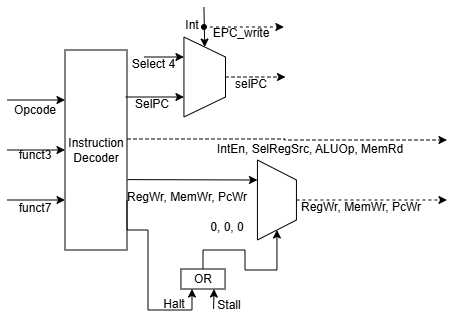
This is ControlUnit.drawio.png from sircuspelle/cached-harvard-risc-assembler, a draw.io export, as it was before one commit. Source tidied: cells renumbered, new cells last; positions are measured from the earlier drawing's top-left corner, leaving out a move shared by most shapes.
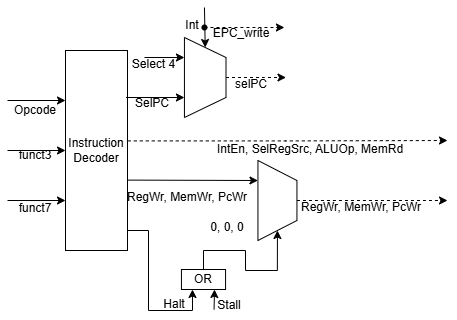
Later version of the same file.

The edit, as a diff of the source:
```diff
@@ -2,10 +2,12 @@
   <root>
     <mxCell id="0" />
     <mxCell id="1" parent="0" />
-    <mxCell id="2" style="edgeStyle=orthogonalEdgeStyle;rounded=0;orthogonalLoop=1;jettySize=auto;html=1;exitX=1;exitY=0.5;exitDx=0;exitDy=0;dashed=1;" parent="1" edge="1">
+    <mxCell id="2" style="edgeStyle=orthogonalEdgeStyle;rounded=0;jettySize=auto;html=1;exitX=1.005;exitY=0.452;exitDx=0;exitDy=0;dashed=1;exitPerimeter=0;" parent="1" edge="1" source="3">
       <mxGeometry relative="1" as="geometry">
-        <mxPoint x="116.5" y="132" as="sourcePoint" />
         <mxPoint x="442" y="133" as="targetPoint" />
+        <Array as="points">
+          <mxPoint x="280" y="133" />
+        </Array>
       </mxGeometry>
     </mxCell>
     <mxCell id="3" value="Instruction Decoder" style="rounded=0;whiteSpace=wrap;html=1;" parent="1" vertex="1">
```
